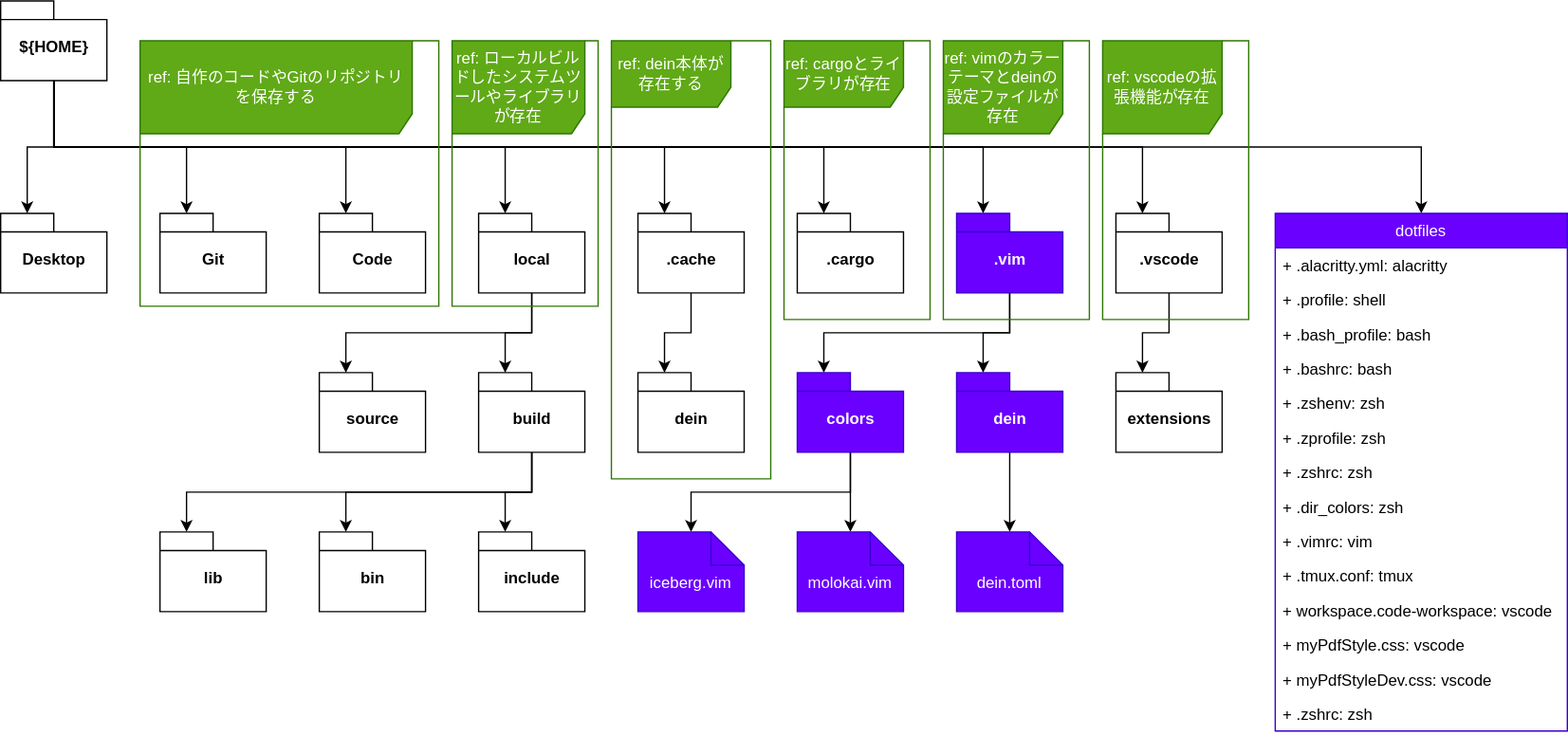
colnum/settings keeps this draw.io diagram as docs/myBuildDir.drawio.svg. Above is the earlier version. Source tidied: cells renumbered, new cells last; positions are measured from the earlier drawing's top-left corner, leaving out a move shared by most shapes.
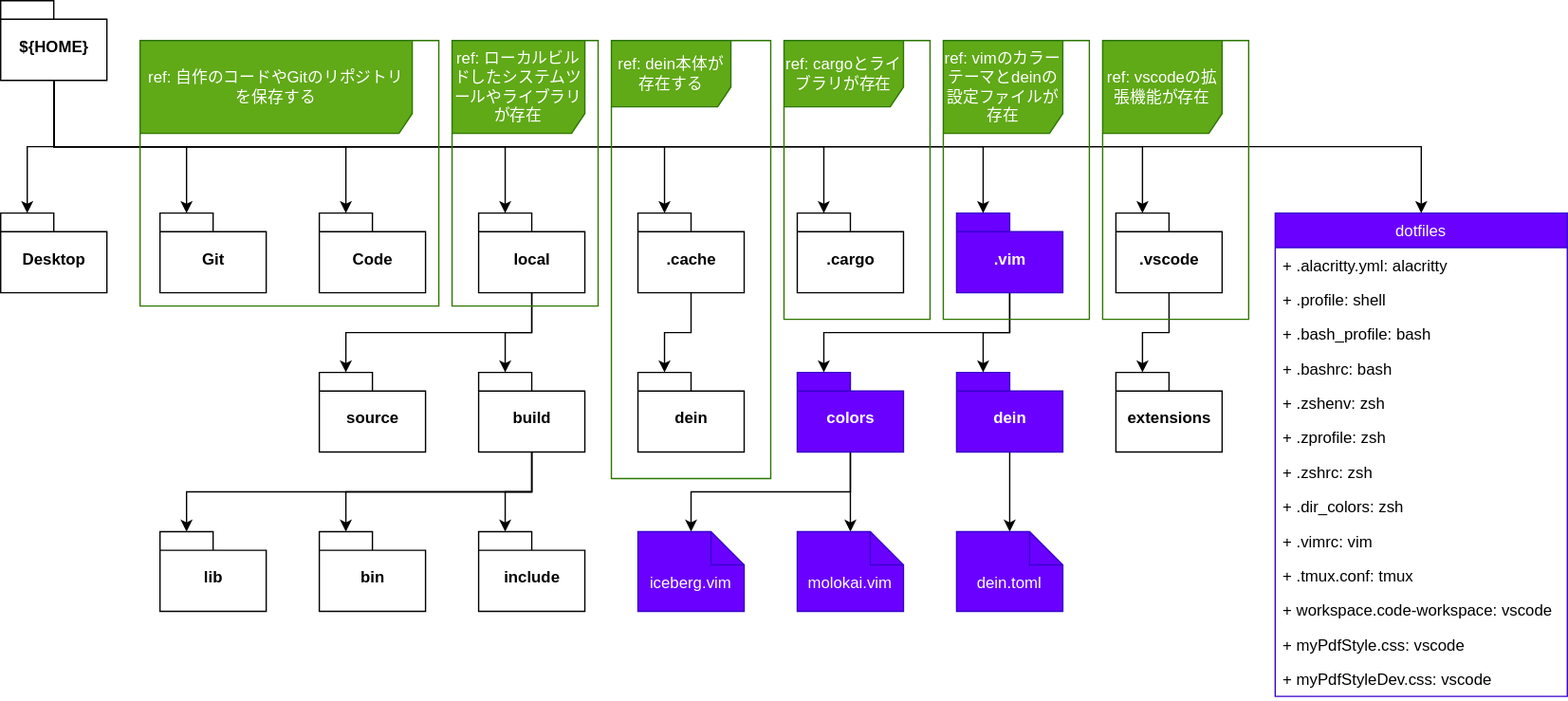
Above is the later version.

Diff of the diagram source:
```diff
@@ -75,7 +75,7 @@
       <mxGeometry x="840" y="160" width="80" height="60" as="geometry" />
     </mxCell>
     <mxCell id="26" value="dotfiles" style="swimlane;fontStyle=0;horizontal=1;startSize=26;fillColor=#6a00ff;strokeColor=#3700CC;fontColor=#ffffff;" parent="1" vertex="1">
-      <mxGeometry x="960" y="160" width="220" height="390" as="geometry" />
+      <mxGeometry x="960" y="160" width="220" height="364" as="geometry" />
     </mxCell>
     <mxCell id="27" value="+ .alacritty.yml: alacritty" style="text;strokeColor=none;fillColor=none;align=left;verticalAlign=top;spacingLeft=4;spacingRight=4;overflow=hidden;" parent="26" vertex="1">
       <mxGeometry y="26" width="220" height="26" as="geometry" />
@@ -116,9 +116,6 @@
     <mxCell id="39" value="+ myPdfStyleDev.css: vscode" style="text;strokeColor=none;fillColor=none;align=left;verticalAlign=top;spacingLeft=4;spacingRight=4;overflow=hidden;" parent="26" vertex="1">
       <mxGeometry y="338" width="220" height="26" as="geometry" />
     </mxCell>
-    <mxCell id="40" value="+ .zshrc: zsh" style="text;strokeColor=none;fillColor=none;align=left;verticalAlign=top;spacingLeft=4;spacingRight=4;overflow=hidden;" parent="26" vertex="1">
-      <mxGeometry y="364" width="220" height="26" as="geometry" />
-    </mxCell>
     <mxCell id="41" value="dein" style="shape=folder;fontStyle=1;spacingTop=10;tabWidth=40;tabHeight=14;tabPosition=left;html=1;" parent="1" vertex="1">
       <mxGeometry x="480" y="280" width="80" height="60" as="geometry" />
     </mxCell>
```
